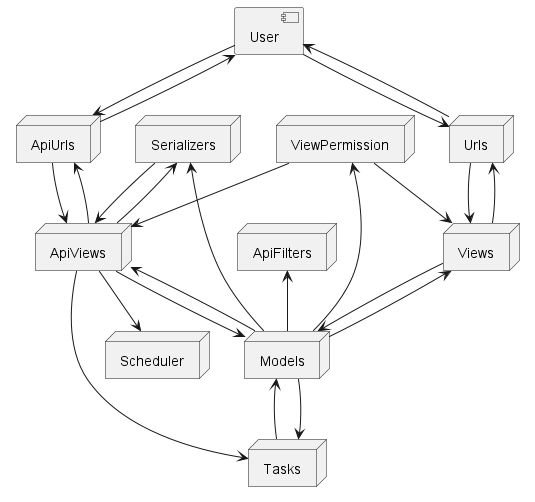
The PlantUML diagram backend/djangorest/diagrams/architecture.png in fabbo-repo/balance-home-app, before a commit.
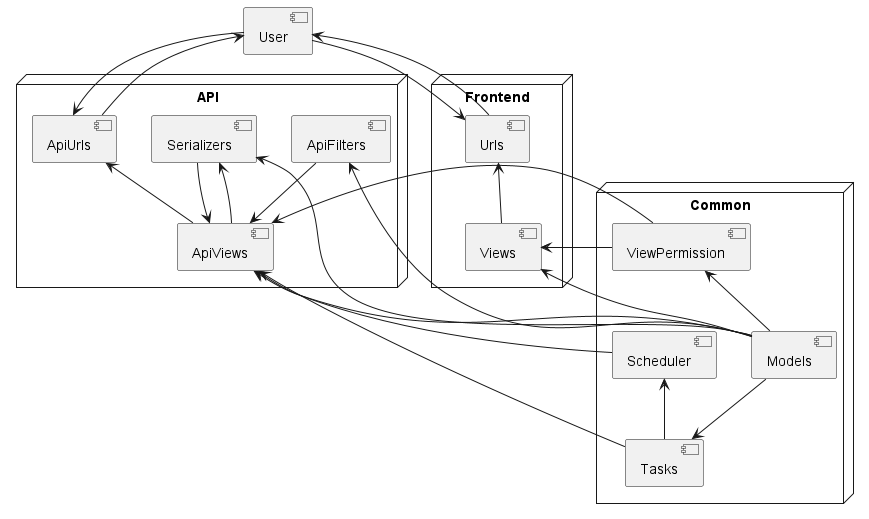
After the change.

Commit message:
backend architecture fix

What changed in the source:
```diff
@@ -2,62 +2,45 @@
 
 component User
 
+node Common {
+    component ViewPermission
+    component Models
+    component Scheduler
+    component Tasks
+}
+
+node API {
+    component ApiUrls
+    component ViewPermission
+    component ApiViews
+    component Serializers
+    component ApiFilters
+}
+
+node Frontend {
+    component Urls
+    component Views
+}
+
+Urls <-- Views
+ViewPermission --> Views
 User --> Urls
 User <-- Urls
 User --> ApiUrls
 User <-- ApiUrls
-
-node Urls {
-}
-
-
-node ViewPermission {
-}
-
-Urls --> Views
-Urls <-- Views
-ViewPermission --> Views
-
-node Views {
-}
-
-node ApiUrls {
-}
-
-ApiUrls --> ApiViews
 ApiUrls <-- ApiViews
 ViewPermission --> ApiViews
-
-node ApiViews {
-}
-
 Serializers --> ApiViews
 Serializers <-- ApiViews
 Serializers <-- Models
-
-node Serializers {
-}
-
+ApiFilters --> ApiViews
 ApiFilters <-- Models
-node ApiFilters {
-}
-
-Views --> Models
 Views <-- Models
-ApiViews --> Models
 ApiViews <-- Models
 ViewPermission <-- Models
-node Models {
-}
-
-ApiViews --> Scheduler
-node Scheduler {
-}
-
-ApiViews --> Tasks
-Models <-- Tasks
+ApiViews <-- Scheduler
+Scheduler <-- Tasks
+ApiViews <-- Tasks
 Models --> Tasks
-node Tasks {
-}
 
 @enduml
```
